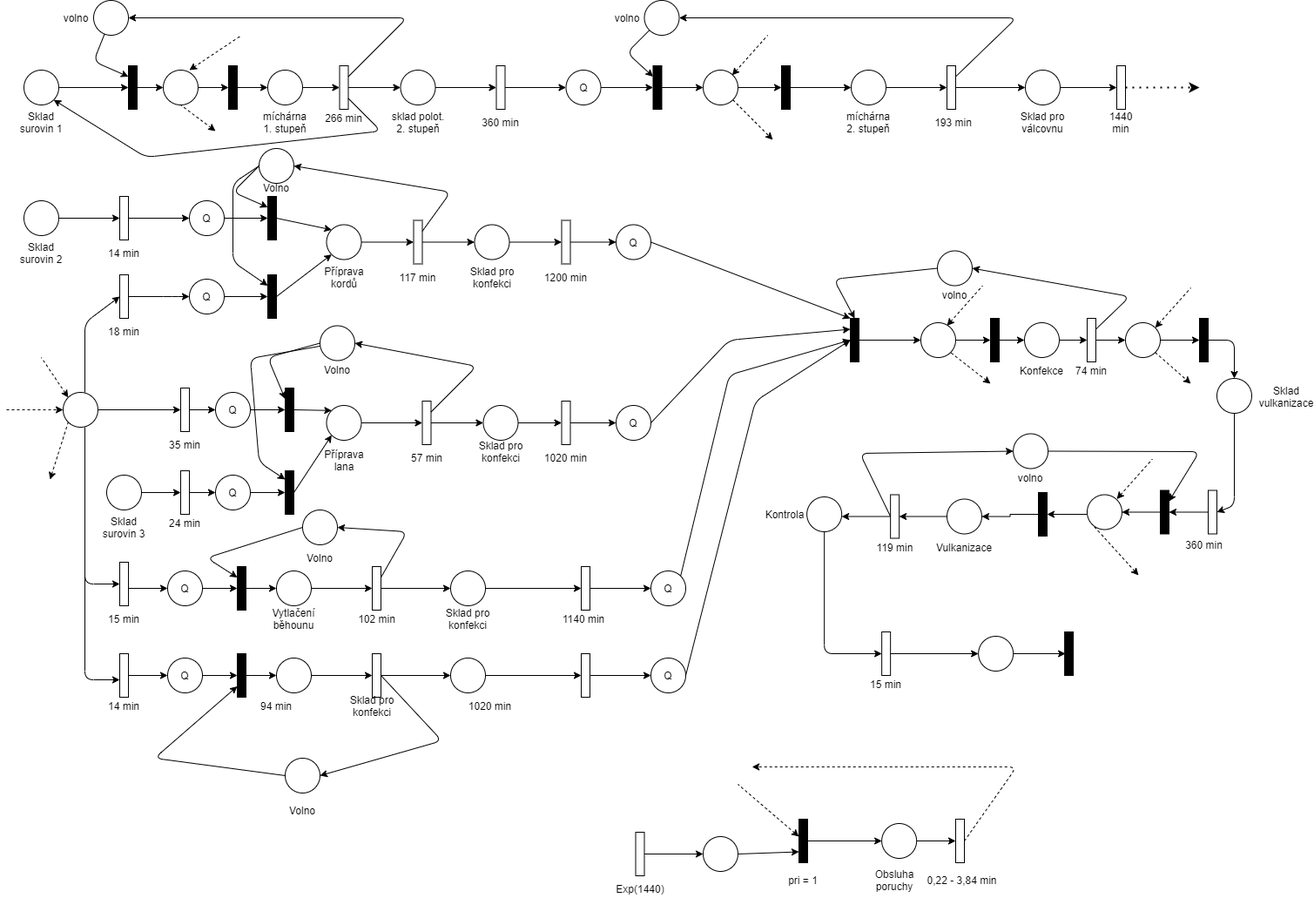
Earlier version of the draw.io export petri-net.png (JonasBoi/IMS). Source tidied: cells renumbered, new cells last; positions are measured from the earlier drawing's top-left corner, leaving out a move shared by most shapes.
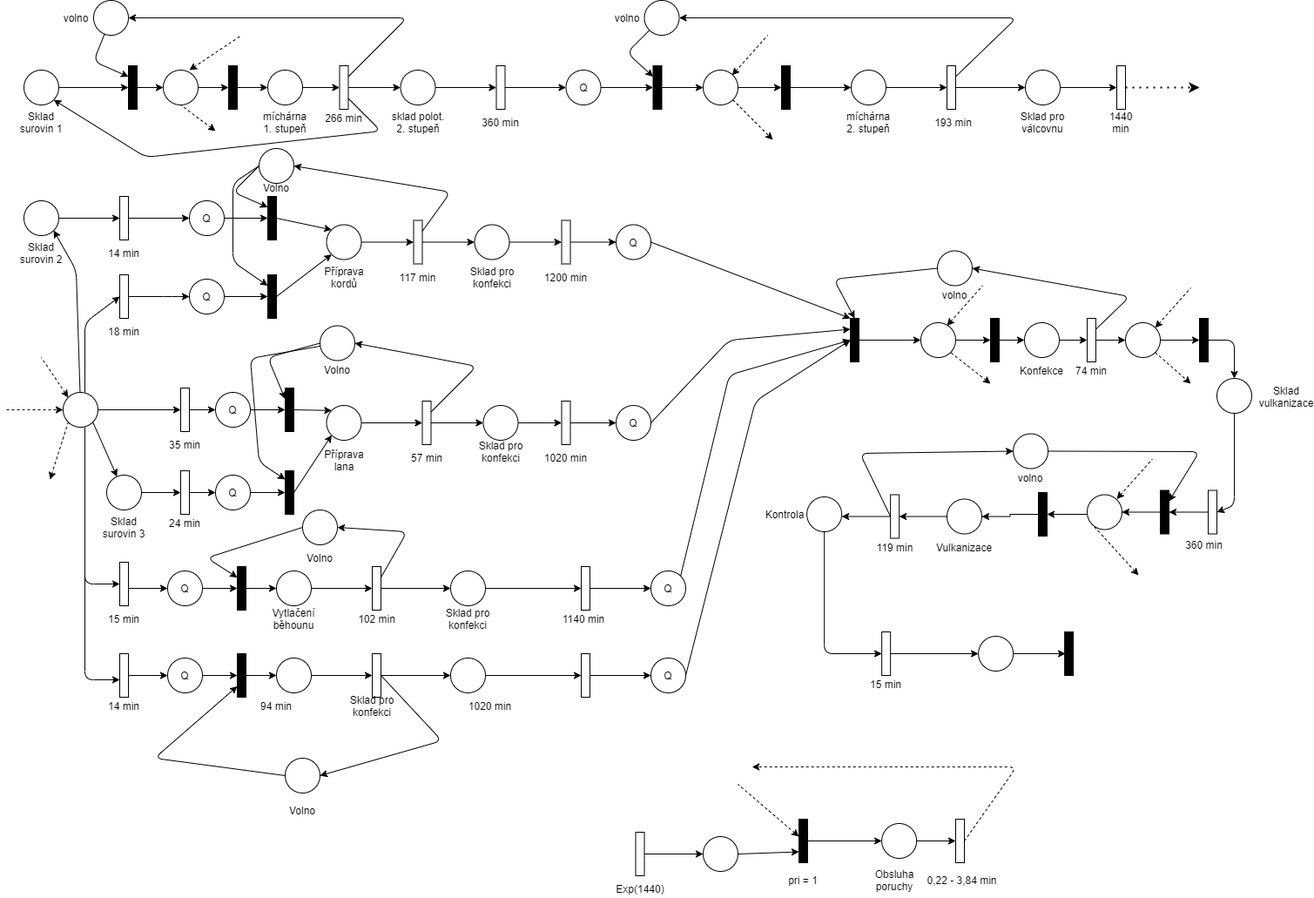
The same file after the commit.

Change to the diagram source:
```diff
@@ -1010,5 +1010,15 @@
         <mxPoint y="470" as="sourcePoint" />
       </mxGeometry>
     </mxCell>
+    <mxCell id="258" style="endArrow=classic;html=1;entryX=1;entryY=1;entryDx=0;entryDy=0;" parent="1" edge="1" source="184" target="44">
+      <mxGeometry relative="1" as="geometry">
+        <Array as="points">
+          <mxPoint x="80" y="310" />
+        </Array>
+      </mxGeometry>
+    </mxCell>
+    <mxCell id="259" style="endArrow=classic;html=1;exitX=1;exitY=1;exitDx=0;exitDy=0;" parent="1" edge="1" source="184" target="63">
+      <mxGeometry relative="1" as="geometry" />
+    </mxCell>
   </root>
 </mxGraphModel>
```
